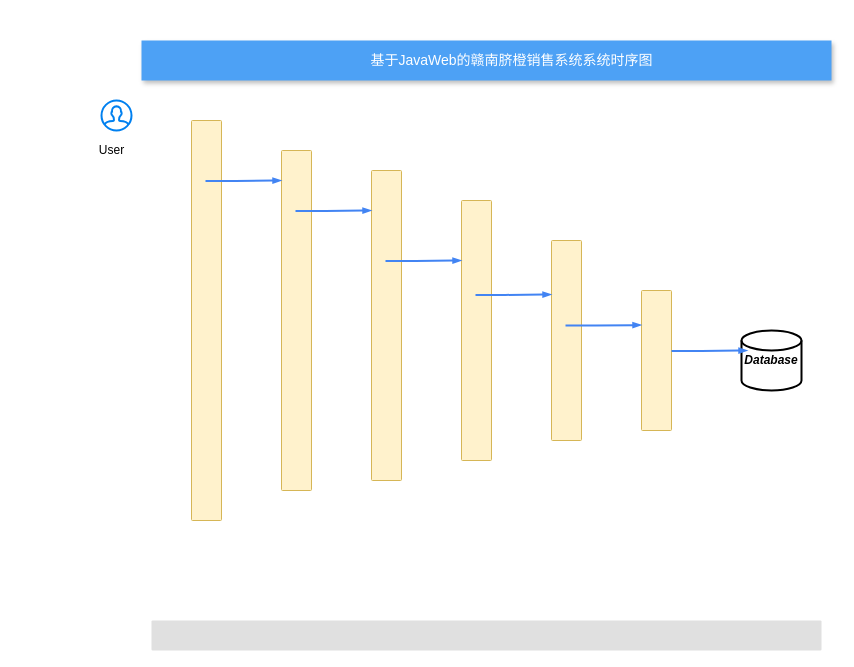
Earlier version of the draw.io diagram Untitled Diagram.drawio (Roy123-jpg/Roy_code1). Source tidied: cells renumbered, new cells numbered last; positions are measured from the earlier drawing's top-left corner, leaving out a move shared by most shapes. Both pictures are drawn from the tidied source at 100%, with x=0, y=0 at pixel (91, 40).
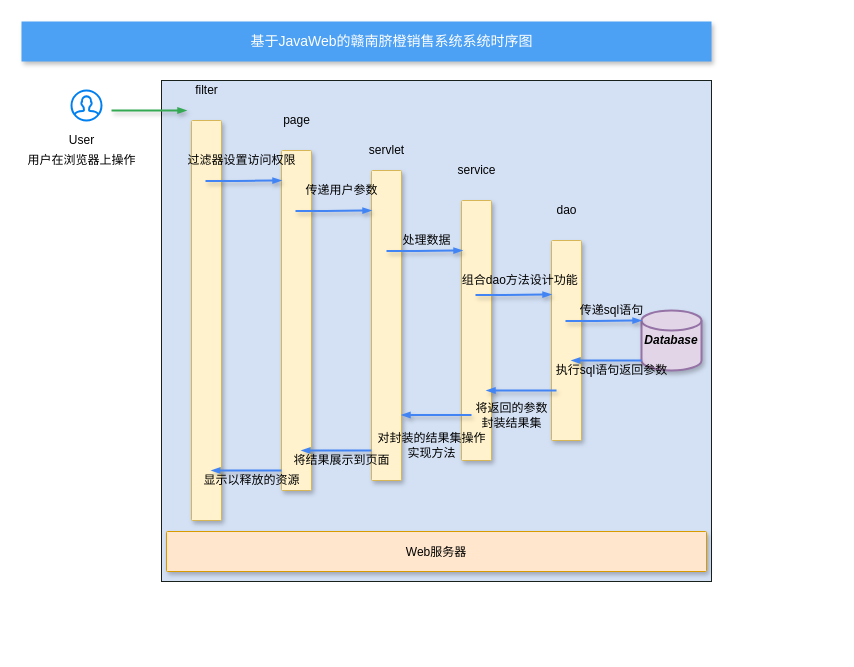
The same page after the edit.

Commit message:
系统时序图

Change to the diagram source:
```diff
@@
+    <mxCell id="19" style="verticalLabelPosition=bottom;verticalAlign=top;html=1;shadow=0;strokeWidth=1;shape=mxgraph.ios.iBgFlat;strokeColor=#18211b;fillColor=#D4E1F5;" parent="1" vertex="1">
+      <mxGeometry x="70" y="40" width="550" height="501" as="geometry" />
+    </mxCell>
     <mxCell id="2" value="基于JavaWeb的赣南脐橙销售系统系统时序图" style="fillColor=#4DA1F5;strokeColor=none;shadow=1;gradientColor=none;fontSize=14;align=center;spacingLeft=50;fontColor=#ffffff;html=1;" parent="1" vertex="1">
-      <mxGeometry x="50" width="690" height="40" as="geometry" />
+      <mxGeometry x="-70" y="-19" width="690" height="40" as="geometry" />
     </mxCell>
-    <mxCell id="3" style="rounded=1;absoluteArcSize=1;arcSize=2;html=1;strokeColor=none;gradientColor=none;shadow=0;dashed=0;strokeColor=none;fontSize=12;fontColor=#9E9E9E;align=left;verticalAlign=top;spacing=10;spacingTop=-4;fillColor=#E0E0E0;" parent="1" vertex="1">
-      <mxGeometry x="60" y="580" width="670" height="30" as="geometry" />
-    </mxCell>
-    <mxCell id="4" style="sketch=0;rounded=1;absoluteArcSize=1;arcSize=2;html=1;strokeColor=#d6b656;shadow=0;dashed=0;fontSize=12;align=left;verticalAlign=top;spacing=10;spacingTop=-4;fillColor=#fff2cc;imageAspect=1;" parent="1" vertex="1">
+    <mxCell id="4" style="sketch=0;rounded=1;absoluteArcSize=1;arcSize=2;html=1;strokeColor=#d6b656;shadow=1;dashed=0;fontSize=12;align=left;verticalAlign=top;spacing=10;spacingTop=-4;fillColor=#fff2cc;imageAspect=1;" parent="1" vertex="1">
       <mxGeometry x="100" y="80" width="30" height="400" as="geometry" />
     </mxCell>
-    <mxCell id="5" style="sketch=0;rounded=1;absoluteArcSize=1;arcSize=2;html=1;strokeColor=#d6b656;shadow=0;dashed=0;fontSize=12;align=left;verticalAlign=top;spacing=10;spacingTop=-4;fillColor=#fff2cc;imageAspect=1;" parent="1" vertex="1">
+    <mxCell id="5" style="sketch=0;rounded=1;absoluteArcSize=1;arcSize=2;html=1;strokeColor=#d6b656;shadow=1;dashed=0;fontSize=12;align=left;verticalAlign=top;spacing=10;spacingTop=-4;fillColor=#fff2cc;imageAspect=1;" parent="1" vertex="1">
       <mxGeometry x="190" y="110" width="30" height="340" as="geometry" />
     </mxCell>
-    <mxCell id="6" style="sketch=0;rounded=1;absoluteArcSize=1;arcSize=2;html=1;strokeColor=#d6b656;shadow=0;dashed=0;fontSize=12;align=left;verticalAlign=top;spacing=10;spacingTop=-4;fillColor=#fff2cc;imageAspect=1;" parent="1" vertex="1">
+    <mxCell id="6" style="sketch=0;rounded=1;absoluteArcSize=1;arcSize=2;html=1;strokeColor=#d6b656;shadow=1;dashed=0;fontSize=12;align=left;verticalAlign=top;spacing=10;spacingTop=-4;fillColor=#fff2cc;imageAspect=1;" parent="1" vertex="1">
       <mxGeometry x="280" y="130" width="30" height="310" as="geometry" />
     </mxCell>
-    <mxCell id="7" style="sketch=0;rounded=1;absoluteArcSize=1;arcSize=2;html=1;strokeColor=#d6b656;shadow=0;dashed=0;fontSize=12;align=left;verticalAlign=top;spacing=10;spacingTop=-4;fillColor=#fff2cc;imageAspect=1;" parent="1" vertex="1">
+    <mxCell id="7" style="sketch=0;rounded=1;absoluteArcSize=1;arcSize=2;html=1;strokeColor=#d6b656;shadow=1;dashed=0;fontSize=12;align=left;verticalAlign=top;spacing=10;spacingTop=-4;fillColor=#fff2cc;imageAspect=1;" parent="1" vertex="1">
       <mxGeometry x="370" y="160" width="30" height="260" as="geometry" />
     </mxCell>
-    <mxCell id="8" style="sketch=0;rounded=1;absoluteArcSize=1;arcSize=2;html=1;strokeColor=#d6b656;shadow=0;dashed=0;fontSize=12;align=left;verticalAlign=top;spacing=10;spacingTop=-4;fillColor=#fff2cc;imageAspect=1;" parent="1" vertex="1">
+    <mxCell id="8" style="sketch=0;rounded=1;absoluteArcSize=1;arcSize=2;html=1;strokeColor=#d6b656;shadow=1;dashed=0;fontSize=12;align=left;verticalAlign=top;spacing=10;spacingTop=-4;fillColor=#fff2cc;imageAspect=1;" parent="1" vertex="1">
       <mxGeometry x="460" y="200" width="30" height="200" as="geometry" />
     </mxCell>
-    <mxCell id="9" style="sketch=0;rounded=1;absoluteArcSize=1;arcSize=2;html=1;strokeColor=#d6b656;shadow=0;dashed=0;fontSize=12;align=left;verticalAlign=top;spacing=10;spacingTop=-4;fillColor=#fff2cc;imageAspect=1;" parent="1" vertex="1">
-      <mxGeometry x="550" y="250" width="30" height="140" as="geometry" />
-    </mxCell>
     <mxCell id="10" style="html=1;verticalLabelPosition=bottom;align=center;labelBackgroundColor=#ffffff;verticalAlign=top;strokeWidth=2;strokeColor=#0080F0;shadow=0;dashed=0;shape=mxgraph.ios7.icons.user;fontStyle=0;" parent="1" vertex="1">
-      <mxGeometry x="10" y="60" width="30" height="30" as="geometry" />
+      <mxGeometry x="-20" y="50" width="30" height="30" as="geometry" />
     </mxCell>
-    <mxCell id="11" value="&lt;b&gt;&lt;i&gt;Database&lt;/i&gt;&lt;/b&gt;" style="strokeWidth=2;html=1;shape=mxgraph.flowchart.database;whiteSpace=wrap;" parent="1" vertex="1">
-      <mxGeometry x="650" y="290" width="60" height="60" as="geometry" />
+    <mxCell id="11" value="&lt;b&gt;&lt;i&gt;Database&lt;/i&gt;&lt;/b&gt;" style="strokeWidth=2;html=1;shape=mxgraph.flowchart.database;whiteSpace=wrap;fillColor=#e1d5e7;strokeColor=#9673a6;shadow=1;" parent="1" vertex="1">
+      <mxGeometry x="550" y="270" width="60" height="60" as="geometry" />
     </mxCell>
-    <mxCell id="12" style="edgeStyle=orthogonalEdgeStyle;fontSize=12;html=1;endArrow=blockThin;endFill=1;rounded=0;strokeWidth=2;endSize=4;startSize=4;dashed=0;strokeColor=#4284F3;entryX=-0.133;entryY=0.037;entryDx=0;entryDy=0;entryPerimeter=0;" parent="1" edge="1">
+    <mxCell id="12" style="edgeStyle=orthogonalEdgeStyle;fontSize=12;html=1;endArrow=blockThin;endFill=1;rounded=0;strokeWidth=2;endSize=4;startSize=4;dashed=0;strokeColor=#4284F3;entryX=-0.133;entryY=0.037;entryDx=0;entryDy=0;entryPerimeter=0;shadow=1;" parent="1" edge="1">
       <mxGeometry relative="1" as="geometry">
         <mxPoint x="114" y="140.4" as="sourcePoint" />
         <mxPoint x="190" y="140" as="targetPoint" />
         <Array as="points">
           <mxPoint x="144" y="140.4" />
         </Array>
       </mxGeometry>
     </mxCell>
-    <mxCell id="13" style="edgeStyle=orthogonalEdgeStyle;fontSize=12;html=1;endArrow=blockThin;endFill=1;rounded=0;strokeWidth=2;endSize=4;startSize=4;dashed=0;strokeColor=#4284F3;entryX=-0.133;entryY=0.037;entryDx=0;entryDy=0;entryPerimeter=0;" parent="1" edge="1">
+    <mxCell id="13" style="edgeStyle=orthogonalEdgeStyle;fontSize=12;html=1;endArrow=blockThin;endFill=1;rounded=0;strokeWidth=2;endSize=4;startSize=4;dashed=0;strokeColor=#4284F3;entryX=-0.133;entryY=0.037;entryDx=0;entryDy=0;entryPerimeter=0;shadow=1;" parent="1" edge="1">
       <mxGeometry relative="1" as="geometry">
         <mxPoint x="204" y="170.4" as="sourcePoint" />
         <mxPoint x="280" y="170" as="targetPoint" />
         <Array as="points">
           <mxPoint x="234" y="170.4" />
         </Array>
       </mxGeometry>
     </mxCell>
-    <mxCell id="14" style="edgeStyle=orthogonalEdgeStyle;fontSize=12;html=1;endArrow=blockThin;endFill=1;rounded=0;strokeWidth=2;endSize=4;startSize=4;dashed=0;strokeColor=#4284F3;entryX=-0.133;entryY=0.037;entryDx=0;entryDy=0;entryPerimeter=0;" parent="1" edge="1">
+    <mxCell id="14" style="edgeStyle=orthogonalEdgeStyle;fontSize=12;html=1;endArrow=blockThin;endFill=1;rounded=0;strokeWidth=2;endSize=4;startSize=4;dashed=0;strokeColor=#4284F3;entryX=-0.133;entryY=0.037;entryDx=0;entryDy=0;entryPerimeter=0;shadow=1;" parent="1" edge="1">
       <mxGeometry relative="1" as="geometry">
-        <mxPoint x="294" y="220.4" as="sourcePoint" />
-        <mxPoint x="370" y="220" as="targetPoint" />
+        <mxPoint x="295" y="210.4" as="sourcePoint" />
+        <mxPoint x="371" y="210" as="targetPoint" />
         <Array as="points">
-          <mxPoint x="324" y="220.4" />
+          <mxPoint x="325" y="210.4" />
         </Array>
       </mxGeometry>
     </mxCell>
-    <mxCell id="15" style="edgeStyle=orthogonalEdgeStyle;fontSize=12;html=1;endArrow=blockThin;endFill=1;rounded=0;strokeWidth=2;endSize=4;startSize=4;dashed=0;strokeColor=#4284F3;entryX=-0.133;entryY=0.037;entryDx=0;entryDy=0;entryPerimeter=0;" parent="1" edge="1">
+    <mxCell id="15" style="edgeStyle=orthogonalEdgeStyle;fontSize=12;html=1;endArrow=blockThin;endFill=1;rounded=0;strokeWidth=2;endSize=4;startSize=4;dashed=0;strokeColor=#4284F3;entryX=-0.133;entryY=0.037;entryDx=0;entryDy=0;entryPerimeter=0;shadow=1;" parent="1" edge="1">
       <mxGeometry relative="1" as="geometry">
         <mxPoint x="384" y="254.4" as="sourcePoint" />
         <mxPoint x="460" y="254" as="targetPoint" />
         <Array as="points">
           <mxPoint x="414" y="254.4" />
         </Array>
       </mxGeometry>
     </mxCell>
-    <mxCell id="16" style="edgeStyle=orthogonalEdgeStyle;fontSize=12;html=1;endArrow=blockThin;endFill=1;rounded=0;strokeWidth=2;endSize=4;startSize=4;dashed=0;strokeColor=#4284F3;entryX=-0.133;entryY=0.037;entryDx=0;entryDy=0;entryPerimeter=0;" parent="1" edge="1">
-      <mxGeometry relative="1" as="geometry">
-        <mxPoint x="474" y="285" as="sourcePoint" />
-        <mxPoint x="550" y="284.6" as="targetPoint" />
-        <Array as="points">
-          <mxPoint x="504" y="285" />
-        </Array>
-      </mxGeometry>
-    </mxCell>
-    <mxCell id="17" style="edgeStyle=orthogonalEdgeStyle;fontSize=12;html=1;endArrow=blockThin;endFill=1;rounded=0;strokeWidth=2;endSize=4;startSize=4;dashed=0;strokeColor=#4284F3;entryX=-0.133;entryY=0.037;entryDx=0;entryDy=0;entryPerimeter=0;" parent="1" edge="1">
+    <mxCell id="17" style="edgeStyle=orthogonalEdgeStyle;fontSize=12;html=1;endArrow=blockThin;endFill=1;rounded=0;strokeWidth=2;endSize=4;startSize=4;dashed=0;strokeColor=#4284F3;entryX=-0.133;entryY=0.037;entryDx=0;entryDy=0;entryPerimeter=0;shadow=1;" parent="1" edge="1">
       <mxGeometry relative="1" as="geometry">
-        <mxPoint x="580" y="310.4" as="sourcePoint" />
-        <mxPoint x="656" y="310" as="targetPoint" />
+        <mxPoint x="474" y="280.4" as="sourcePoint" />
+        <mxPoint x="550" y="280" as="targetPoint" />
         <Array as="points">
-          <mxPoint x="610" y="310.4" />
+          <mxPoint x="504" y="280.4" />
         </Array>
       </mxGeometry>
     </mxCell>
     <mxCell id="18" value="User" style="text;html=1;align=center;verticalAlign=middle;strokeColor=none;fillColor=none;" parent="1" vertex="1">
-      <mxGeometry y="100" width="40" height="20" as="geometry" />
+      <mxGeometry x="-30" y="90" width="40" height="20" as="geometry" />
     </mxCell>
+    <mxCell id="20" value="filter" style="text;html=1;align=center;verticalAlign=middle;strokeColor=none;fillColor=none;shadow=1;" parent="1" vertex="1">
+      <mxGeometry x="95" y="40" width="40" height="20" as="geometry" />
+    </mxCell>
+    <mxCell id="21" value="page" style="text;html=1;align=center;verticalAlign=middle;strokeColor=none;fillColor=none;shadow=1;" parent="1" vertex="1">
+      <mxGeometry x="185" y="70" width="40" height="20" as="geometry" />
+    </mxCell>
+    <mxCell id="22" value="servlet" style="text;html=1;align=center;verticalAlign=middle;strokeColor=none;fillColor=none;shadow=1;" parent="1" vertex="1">
+      <mxGeometry x="270" y="100" width="50" height="20" as="geometry" />
+    </mxCell>
+    <mxCell id="23" value="service" style="text;html=1;align=center;verticalAlign=middle;strokeColor=none;fillColor=none;shadow=1;" parent="1" vertex="1">
+      <mxGeometry x="360" y="120" width="50" height="20" as="geometry" />
+    </mxCell>
+    <mxCell id="24" value="dao" style="text;html=1;align=center;verticalAlign=middle;strokeColor=none;fillColor=none;shadow=1;" parent="1" vertex="1">
+      <mxGeometry x="455" y="160" width="40" height="20" as="geometry" />
+    </mxCell>
+    <mxCell id="25" value="过滤器设置访问权限" style="text;html=1;align=center;verticalAlign=middle;strokeColor=none;fillColor=none;shadow=1;" parent="1" vertex="1">
+      <mxGeometry x="90" y="110" width="120" height="20" as="geometry" />
+    </mxCell>
+    <mxCell id="26" value="用户在浏览器上操作" style="text;html=1;align=center;verticalAlign=middle;strokeColor=none;fillColor=none;" parent="1" vertex="1">
+      <mxGeometry x="-70" y="110" width="120" height="20" as="geometry" />
+    </mxCell>
+    <mxCell id="27" value="传递用户参数" style="text;html=1;align=center;verticalAlign=middle;strokeColor=none;fillColor=none;shadow=1;" parent="1" vertex="1">
+      <mxGeometry x="205" y="140" width="90" height="20" as="geometry" />
+    </mxCell>
+    <mxCell id="28" value="处理数据" style="text;html=1;align=center;verticalAlign=middle;strokeColor=none;fillColor=none;shadow=1;" parent="1" vertex="1">
+      <mxGeometry x="305" y="190" width="60" height="20" as="geometry" />
+    </mxCell>
+    <mxCell id="29" value="组合dao方法设计功能&amp;nbsp;" style="text;html=1;align=center;verticalAlign=middle;strokeColor=none;fillColor=none;shadow=1;" parent="1" vertex="1">
+      <mxGeometry x="365" y="230" width="130" height="20" as="geometry" />
+    </mxCell>
+    <mxCell id="30" value="传递sql语句" style="text;html=1;align=center;verticalAlign=middle;strokeColor=none;fillColor=none;shadow=1;" parent="1" vertex="1">
+      <mxGeometry x="480" y="260" width="80" height="20" as="geometry" />
+    </mxCell>
+    <mxCell id="31" style="edgeStyle=orthogonalEdgeStyle;fontSize=12;html=1;endArrow=blockThin;endFill=1;rounded=0;strokeWidth=2;endSize=4;startSize=4;dashed=0;strokeColor=#4284F3;shadow=1;" parent="1" edge="1">
+      <mxGeometry relative="1" as="geometry">
+        <mxPoint x="550" y="320" as="sourcePoint" />
+        <mxPoint x="480" y="320" as="targetPoint" />
+        <Array as="points">
+          <mxPoint x="530" y="320" />
+          <mxPoint x="530" y="320" />
+        </Array>
+      </mxGeometry>
+    </mxCell>
+    <mxCell id="32" value="执行sql语句返回参数" style="text;html=1;align=center;verticalAlign=middle;strokeColor=none;fillColor=none;shadow=1;" parent="1" vertex="1">
+      <mxGeometry x="455" y="320" width="130" height="20" as="geometry" />
+    </mxCell>
+    <mxCell id="33" style="edgeStyle=orthogonalEdgeStyle;fontSize=12;html=1;endArrow=blockThin;endFill=1;rounded=0;strokeWidth=2;endSize=4;startSize=4;dashed=0;strokeColor=#4284F3;shadow=1;" parent="1" edge="1">
+      <mxGeometry relative="1" as="geometry">
+        <mxPoint x="380" y="374.5" as="sourcePoint" />
+        <mxPoint x="310" y="374.5" as="targetPoint" />
+        <Array as="points">
+          <mxPoint x="360" y="374.5" />
+          <mxPoint x="360" y="374.5" />
+        </Array>
+      </mxGeometry>
+    </mxCell>
+    <mxCell id="34" style="edgeStyle=orthogonalEdgeStyle;fontSize=12;html=1;endArrow=blockThin;endFill=1;rounded=0;strokeWidth=2;endSize=4;startSize=4;dashed=0;strokeColor=#4284F3;shadow=1;" parent="1" edge="1">
+      <mxGeometry relative="1" as="geometry">
+        <mxPoint x="280" y="410" as="sourcePoint" />
+        <mxPoint x="210" y="410" as="targetPoint" />
+        <Array as="points">
+          <mxPoint x="260" y="410" />
+          <mxPoint x="260" y="410" />
+        </Array>
+      </mxGeometry>
+    </mxCell>
+    <mxCell id="35" style="edgeStyle=orthogonalEdgeStyle;fontSize=12;html=1;endArrow=blockThin;endFill=1;rounded=0;strokeWidth=2;endSize=4;startSize=4;dashed=0;strokeColor=#4284F3;shadow=1;" parent="1" edge="1">
+      <mxGeometry relative="1" as="geometry">
+        <mxPoint x="190" y="430" as="sourcePoint" />
+        <mxPoint x="120" y="430" as="targetPoint" />
+        <Array as="points">
+          <mxPoint x="160" y="430" />
+          <mxPoint x="160" y="430" />
+        </Array>
+      </mxGeometry>
+    </mxCell>
+    <mxCell id="36" value="将返回的参数&lt;br&gt;封装结果集" style="text;html=1;align=center;verticalAlign=middle;strokeColor=none;fillColor=none;shadow=1;" parent="1" vertex="1">
+      <mxGeometry x="375" y="360" width="90" height="30" as="geometry" />
+    </mxCell>
+    <mxCell id="37" value="对封装的结果集操作&lt;br&gt;实现方法" style="text;html=1;align=center;verticalAlign=middle;strokeColor=none;fillColor=none;shadow=1;" parent="1" vertex="1">
+      <mxGeometry x="280" y="390" width="120" height="30" as="geometry" />
+    </mxCell>
+    <mxCell id="38" style="edgeStyle=orthogonalEdgeStyle;fontSize=12;html=1;endArrow=blockThin;endFill=1;rounded=0;strokeWidth=2;endSize=4;startSize=4;dashed=0;strokeColor=#4284F3;shadow=1;" parent="1" edge="1">
+      <mxGeometry relative="1" as="geometry">
+        <mxPoint x="465" y="350" as="sourcePoint" />
+        <mxPoint x="395" y="350" as="targetPoint" />
+        <Array as="points">
+          <mxPoint x="445" y="350" />
+          <mxPoint x="445" y="350" />
+        </Array>
+      </mxGeometry>
+    </mxCell>
+    <mxCell id="39" value="将结果展示到页面" style="text;html=1;align=center;verticalAlign=middle;strokeColor=none;fillColor=none;shadow=1;" parent="1" vertex="1">
+      <mxGeometry x="195" y="410" width="110" height="20" as="geometry" />
+    </mxCell>
+    <mxCell id="40" value="显示以释放的资源" style="text;html=1;align=center;verticalAlign=middle;strokeColor=none;fillColor=none;shadow=1;" parent="1" vertex="1">
+      <mxGeometry x="105" y="430" width="110" height="20" as="geometry" />
+    </mxCell>
+    <mxCell id="41" style="edgeStyle=orthogonalEdgeStyle;fontSize=12;html=1;endArrow=blockThin;endFill=1;rounded=0;strokeWidth=2;endSize=4;startSize=4;strokeColor=#34A853;dashed=0;shadow=1;fillColor=#D4E1F5;" parent="1" edge="1">
+      <mxGeometry relative="1" as="geometry">
+        <mxPoint x="20" y="70" as="sourcePoint" />
+        <mxPoint x="95" y="70" as="targetPoint" />
+      </mxGeometry>
+    </mxCell>
+    <mxCell id="42" value="Web服务器" style="strokeColor=#d79b00;shadow=1;strokeWidth=1;rounded=1;absoluteArcSize=1;arcSize=2;fillColor=#ffe6cc;" parent="1" vertex="1">
+      <mxGeometry x="75" y="491" width="540" height="40" as="geometry" />
+    </mxCell>
```
